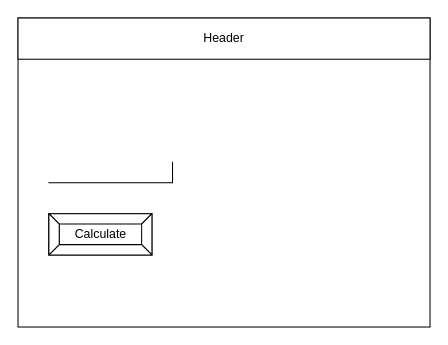
Above: design/story-board.drawio in Alex-Nelson-1/ICS2O-UNIT5-02-RADIO-BUTTONS (draw.io), before the change. Source tidied: cells renumbered, new cells numbered last; positions are measured from the earlier drawing's top-left corner, leaving out a move shared by most shapes. Both pictures are drawn from the tidied source at 103%, with x=0, y=0 at pixel (18, 18).
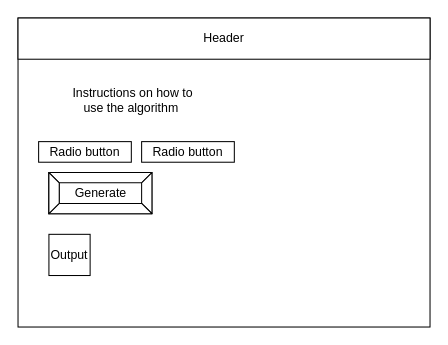
The same diagram, later.

Commit message (it also covers changes not shown here):
remake of story board and flow chart

Diff of the diagram source:
```diff
@@
 <mxGraphModel>
   <root>
     <mxCell id="0" />
     <mxCell id="1" parent="0" />
     <mxCell id="2" style="rounded=0;whiteSpace=wrap;html=1;" parent="1" vertex="1">
       <mxGeometry width="400" height="300" as="geometry" />
     </mxCell>
     <mxCell id="3" value="Header" style="rounded=0;whiteSpace=wrap;html=1;" parent="1" vertex="1">
       <mxGeometry width="400" height="40" as="geometry" />
     </mxCell>
-    <mxCell id="4" style="shape=partialRectangle;whiteSpace=wrap;html=1;top=0;left=0;fillColor=none;" parent="1" vertex="1">
-      <mxGeometry x="30" y="140" width="120" height="20" as="geometry" />
-    </mxCell>
-    <mxCell id="5" value="Calculate" style="labelPosition=center;verticalLabelPosition=middle;align=center;html=1;shape=mxgraph.basic.button;dx=10;" parent="1" vertex="1">
-      <mxGeometry x="30" y="190" width="100" height="40" as="geometry" />
+    <mxCell id="5" value="Generate" style="labelPosition=center;verticalLabelPosition=middle;align=center;html=1;shape=mxgraph.basic.button;dx=10;" parent="1" vertex="1">
+      <mxGeometry x="30" y="150" width="100" height="40" as="geometry" />
     </mxCell>
+    <mxCell id="6" value="&amp;nbsp;Instructions on how to use the algorithm" style="text;html=1;strokeColor=none;fillColor=none;align=center;verticalAlign=middle;whiteSpace=wrap;rounded=0;" parent="1" vertex="1">
+      <mxGeometry x="40" y="40" width="140" height="80" as="geometry" />
+    </mxCell>
+    <mxCell id="7" value="Radio button" style="rounded=0;whiteSpace=wrap;html=1;" parent="1" vertex="1">
+      <mxGeometry x="20" y="120" width="90" height="20" as="geometry" />
+    </mxCell>
+    <mxCell id="8" value="Radio button" style="rounded=0;whiteSpace=wrap;html=1;" parent="1" vertex="1">
+      <mxGeometry x="120" y="120" width="90" height="20" as="geometry" />
+    </mxCell>
+    <mxCell id="9" value="Output" style="whiteSpace=wrap;html=1;" parent="1" vertex="1">
+      <mxGeometry x="30" y="210" width="40" height="40" as="geometry" />
+    </mxCell>
   </root>
 </mxGraphModel>
```
